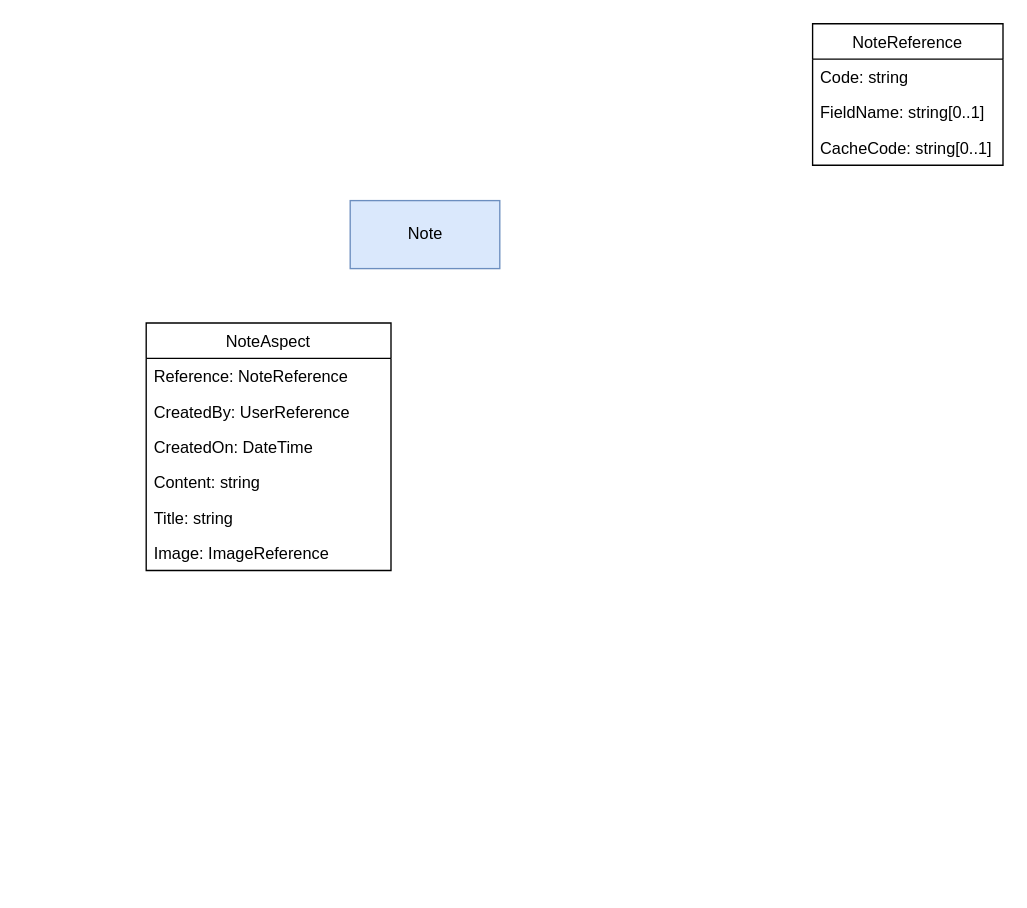
Before: UML/ExchangeAndSharing.drawio in sdlfly2000/MindBridgeCampServer, a draw.io diagram. Source tidied: cells renumbered, new cells numbered last; positions are measured from the earlier drawing's top-left corner, leaving out a move shared by most shapes. Both pictures are drawn from the tidied source at 136%, with x=0, y=0 at pixel (146, 23).
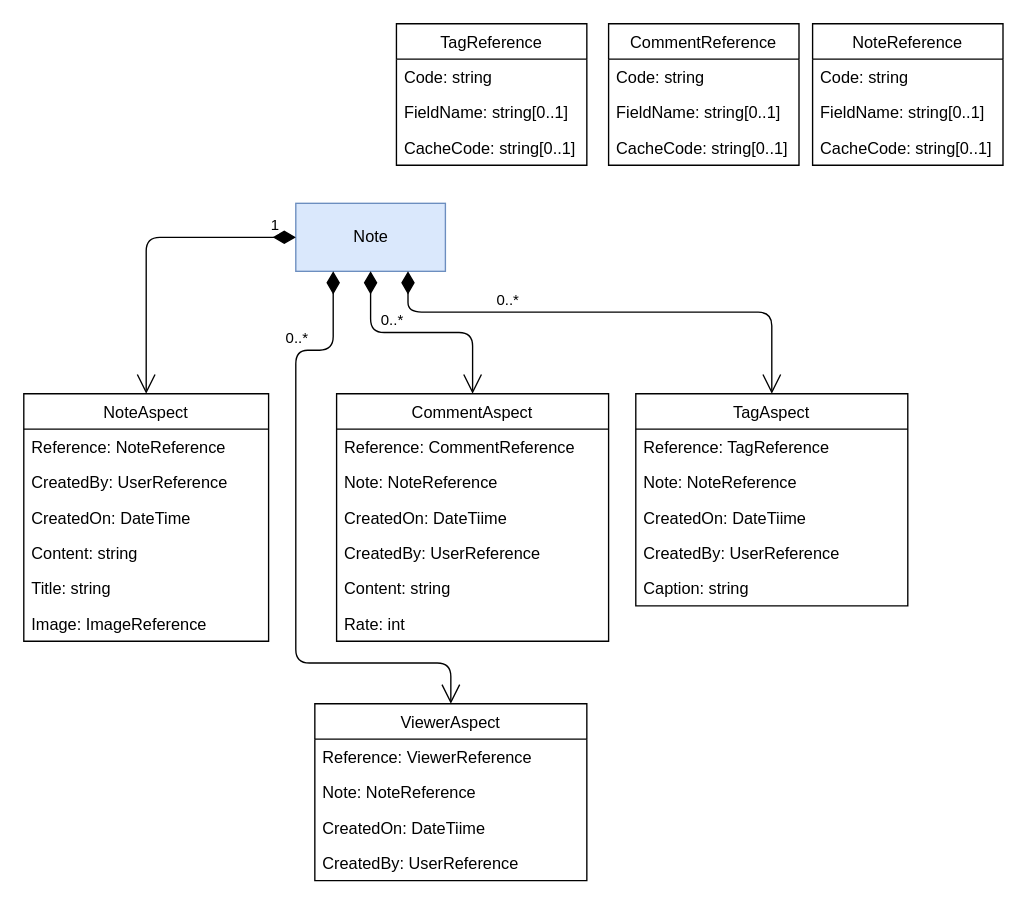
After the change.

Commit message:
Create Note UML

Change to the diagram source:
```diff
@@
     <mxCell id="2" value="NoteAspect" style="swimlane;fontStyle=0;horizontal=1;startSize=26;fillColor=none;" parent="1" vertex="1">
-      <mxGeometry y="220" width="180" height="182" as="geometry" />
+      <mxGeometry x="-90" y="272" width="180" height="182" as="geometry" />
     </mxCell>
@@
     <mxCell id="9" value="Note" style="html=1;fillColor=#dae8fc;strokeColor=#6c8ebf;" parent="1" vertex="1">
-      <mxGeometry x="150" y="130" width="110" height="50" as="geometry" />
+      <mxGeometry x="110" y="132" width="110" height="50" as="geometry" />
     </mxCell>
@@
+    <mxCell id="14" value="CommentAspect" style="swimlane;fontStyle=0;horizontal=1;startSize=26;fillColor=none;" parent="1" vertex="1">
+      <mxGeometry x="140" y="272" width="200" height="182" as="geometry" />
+    </mxCell>
+    <mxCell id="15" value="Reference: CommentReference" style="text;strokeColor=none;fillColor=none;align=left;verticalAlign=top;spacingLeft=4;spacingRight=4;overflow=hidden;" parent="14" vertex="1">
+      <mxGeometry y="26" width="200" height="26" as="geometry" />
+    </mxCell>
+    <mxCell id="16" value="Note: NoteReference" style="text;strokeColor=none;fillColor=none;align=left;verticalAlign=top;spacingLeft=4;spacingRight=4;overflow=hidden;" parent="14" vertex="1">
+      <mxGeometry y="52" width="200" height="26" as="geometry" />
+    </mxCell>
+    <mxCell id="17" value="CreatedOn: DateTiime" style="text;strokeColor=none;fillColor=none;align=left;verticalAlign=top;spacingLeft=4;spacingRight=4;overflow=hidden;" parent="14" vertex="1">
+      <mxGeometry y="78" width="200" height="26" as="geometry" />
+    </mxCell>
+    <mxCell id="18" value="CreatedBy: UserReference" style="text;strokeColor=none;fillColor=none;align=left;verticalAlign=top;spacingLeft=4;spacingRight=4;overflow=hidden;" parent="14" vertex="1">
+      <mxGeometry y="104" width="200" height="26" as="geometry" />
+    </mxCell>
+    <mxCell id="19" value="Content: string" style="text;strokeColor=none;fillColor=none;align=left;verticalAlign=top;spacingLeft=4;spacingRight=4;overflow=hidden;" parent="14" vertex="1">
+      <mxGeometry y="130" width="200" height="26" as="geometry" />
+    </mxCell>
+    <mxCell id="20" value="Rate: int" style="text;strokeColor=none;fillColor=none;align=left;verticalAlign=top;spacingLeft=4;spacingRight=4;overflow=hidden;" parent="14" vertex="1">
+      <mxGeometry y="156" width="200" height="26" as="geometry" />
+    </mxCell>
+    <mxCell id="21" value="CommentReference" style="swimlane;fontStyle=0;horizontal=1;startSize=26;fillColor=none;" parent="1" vertex="1">
+      <mxGeometry x="340" width="140" height="104" as="geometry" />
+    </mxCell>
+    <mxCell id="22" value="Code: string" style="text;strokeColor=none;fillColor=none;align=left;verticalAlign=top;spacingLeft=4;spacingRight=4;overflow=hidden;" parent="21" vertex="1">
+      <mxGeometry y="26" width="140" height="26" as="geometry" />
+    </mxCell>
+    <mxCell id="23" value="FieldName: string[0..1]" style="text;strokeColor=none;fillColor=none;align=left;verticalAlign=top;spacingLeft=4;spacingRight=4;overflow=hidden;" parent="21" vertex="1">
+      <mxGeometry y="52" width="140" height="26" as="geometry" />
+    </mxCell>
+    <mxCell id="24" value="CacheCode: string[0..1]" style="text;strokeColor=none;fillColor=none;align=left;verticalAlign=top;spacingLeft=4;spacingRight=4;overflow=hidden;" parent="21" vertex="1">
+      <mxGeometry y="78" width="140" height="26" as="geometry" />
+    </mxCell>
+    <mxCell id="25" value="1" style="endArrow=open;html=1;endSize=12;startArrow=diamondThin;startSize=14;startFill=1;edgeStyle=orthogonalEdgeStyle;align=left;verticalAlign=bottom;exitX=0;exitY=0.5;exitDx=0;exitDy=0;entryX=0.5;entryY=0;entryDx=0;entryDy=0;" parent="1" edge="1" source="9" target="2">
+      <mxGeometry x="-0.82" relative="1" as="geometry" />
+    </mxCell>
+    <mxCell id="26" value="0..*" style="endArrow=open;html=1;endSize=12;startArrow=diamondThin;startSize=14;startFill=1;edgeStyle=orthogonalEdgeStyle;align=left;verticalAlign=bottom;exitX=0.5;exitY=1;exitDx=0;exitDy=0;entryX=0.5;entryY=0;entryDx=0;entryDy=0;" parent="1" edge="1" source="9" target="14">
+      <mxGeometry x="-0.39" relative="1" as="geometry">
+        <mxPoint x="1" as="offset" />
+      </mxGeometry>
+    </mxCell>
+    <mxCell id="27" value="TagReference" style="swimlane;fontStyle=0;horizontal=1;startSize=26;fillColor=none;" parent="1" vertex="1">
+      <mxGeometry x="184" width="140" height="104" as="geometry" />
+    </mxCell>
+    <mxCell id="28" value="Code: string" style="text;strokeColor=none;fillColor=none;align=left;verticalAlign=top;spacingLeft=4;spacingRight=4;overflow=hidden;" parent="27" vertex="1">
+      <mxGeometry y="26" width="140" height="26" as="geometry" />
+    </mxCell>
+    <mxCell id="29" value="FieldName: string[0..1]" style="text;strokeColor=none;fillColor=none;align=left;verticalAlign=top;spacingLeft=4;spacingRight=4;overflow=hidden;" parent="27" vertex="1">
+      <mxGeometry y="52" width="140" height="26" as="geometry" />
+    </mxCell>
+    <mxCell id="30" value="CacheCode: string[0..1]" style="text;strokeColor=none;fillColor=none;align=left;verticalAlign=top;spacingLeft=4;spacingRight=4;overflow=hidden;" parent="27" vertex="1">
+      <mxGeometry y="78" width="140" height="26" as="geometry" />
+    </mxCell>
+    <mxCell id="31" value="TagAspect" style="swimlane;fontStyle=0;horizontal=1;startSize=26;fillColor=none;" parent="1" vertex="1">
+      <mxGeometry x="360" y="272" width="200" height="156" as="geometry" />
+    </mxCell>
+    <mxCell id="32" value="Reference: TagReference" style="text;strokeColor=none;fillColor=none;align=left;verticalAlign=top;spacingLeft=4;spacingRight=4;overflow=hidden;" parent="31" vertex="1">
+      <mxGeometry y="26" width="200" height="26" as="geometry" />
+    </mxCell>
+    <mxCell id="33" value="Note: NoteReference" style="text;strokeColor=none;fillColor=none;align=left;verticalAlign=top;spacingLeft=4;spacingRight=4;overflow=hidden;" parent="31" vertex="1">
+      <mxGeometry y="52" width="200" height="26" as="geometry" />
+    </mxCell>
+    <mxCell id="34" value="CreatedOn: DateTiime" style="text;strokeColor=none;fillColor=none;align=left;verticalAlign=top;spacingLeft=4;spacingRight=4;overflow=hidden;" parent="31" vertex="1">
+      <mxGeometry y="78" width="200" height="26" as="geometry" />
+    </mxCell>
+    <mxCell id="35" value="CreatedBy: UserReference" style="text;strokeColor=none;fillColor=none;align=left;verticalAlign=top;spacingLeft=4;spacingRight=4;overflow=hidden;" parent="31" vertex="1">
+      <mxGeometry y="104" width="200" height="26" as="geometry" />
+    </mxCell>
+    <mxCell id="36" value="Caption: string" style="text;strokeColor=none;fillColor=none;align=left;verticalAlign=top;spacingLeft=4;spacingRight=4;overflow=hidden;" parent="31" vertex="1">
+      <mxGeometry y="130" width="200" height="26" as="geometry" />
+    </mxCell>
+    <mxCell id="37" value="0..*" style="endArrow=open;html=1;endSize=12;startArrow=diamondThin;startSize=14;startFill=1;edgeStyle=orthogonalEdgeStyle;align=left;verticalAlign=bottom;exitX=0.75;exitY=1;exitDx=0;exitDy=0;entryX=0.5;entryY=0;entryDx=0;entryDy=0;" parent="1" edge="1" source="9" target="31">
+      <mxGeometry x="-0.48" relative="1" as="geometry">
+        <Array as="points">
+          <mxPoint x="193" y="212" />
+          <mxPoint x="460" y="212" />
+        </Array>
+      </mxGeometry>
+    </mxCell>
+    <mxCell id="38" value="ViewerAspect" style="swimlane;fontStyle=0;horizontal=1;startSize=26;fillColor=none;" parent="1" vertex="1">
+      <mxGeometry x="124" y="500" width="200" height="130" as="geometry" />
+    </mxCell>
+    <mxCell id="39" value="Reference: ViewerReference" style="text;strokeColor=none;fillColor=none;align=left;verticalAlign=top;spacingLeft=4;spacingRight=4;overflow=hidden;" parent="38" vertex="1">
+      <mxGeometry y="26" width="200" height="26" as="geometry" />
+    </mxCell>
+    <mxCell id="40" value="Note: NoteReference" style="text;strokeColor=none;fillColor=none;align=left;verticalAlign=top;spacingLeft=4;spacingRight=4;overflow=hidden;" parent="38" vertex="1">
+      <mxGeometry y="52" width="200" height="26" as="geometry" />
+    </mxCell>
+    <mxCell id="41" value="CreatedOn: DateTiime" style="text;strokeColor=none;fillColor=none;align=left;verticalAlign=top;spacingLeft=4;spacingRight=4;overflow=hidden;" parent="38" vertex="1">
+      <mxGeometry y="78" width="200" height="26" as="geometry" />
+    </mxCell>
+    <mxCell id="42" value="CreatedBy: UserReference" style="text;strokeColor=none;fillColor=none;align=left;verticalAlign=top;spacingLeft=4;spacingRight=4;overflow=hidden;" parent="38" vertex="1">
+      <mxGeometry y="104" width="200" height="26" as="geometry" />
+    </mxCell>
+    <mxCell id="43" value="0..*" style="endArrow=open;html=1;endSize=12;startArrow=diamondThin;startSize=14;startFill=1;edgeStyle=orthogonalEdgeStyle;align=left;verticalAlign=bottom;exitX=0.25;exitY=1;exitDx=0;exitDy=0;entryX=0.5;entryY=0;entryDx=0;entryDy=0;" parent="1" edge="1" source="9" target="38">
+      <mxGeometry x="-0.63" y="-10" relative="1" as="geometry">
+        <Array as="points">
+          <mxPoint x="138" y="240" />
+          <mxPoint x="110" y="240" />
+          <mxPoint x="110" y="470" />
+          <mxPoint x="224" y="470" />
+        </Array>
+        <mxPoint x="-10" y="10" as="offset" />
+      </mxGeometry>
+    </mxCell>
```
